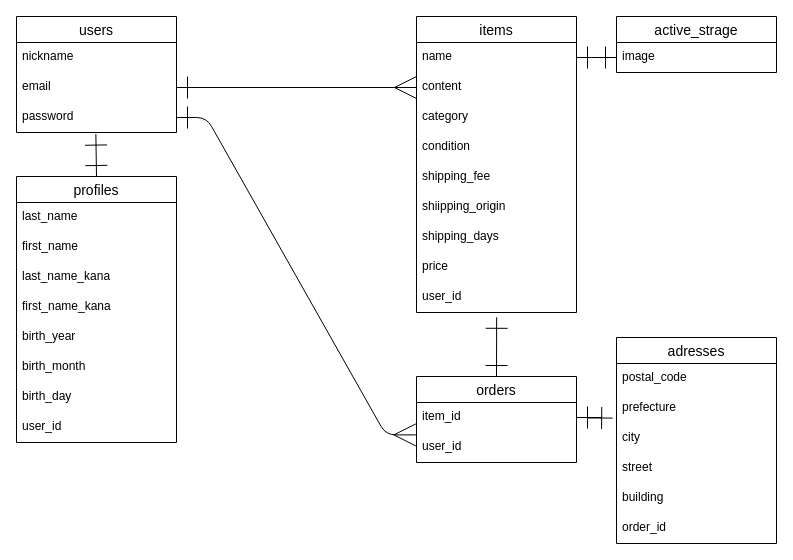
The draw.io diagram furima.dio in KEYproducts/furima-39283, before the edit. Source tidied: cells renumbered, new cells numbered last; positions are measured from the earlier drawing's top-left corner, leaving out a move shared by most shapes. Both pictures are drawn from the tidied source at 100%, with x=0, y=0 at pixel (16, 16).
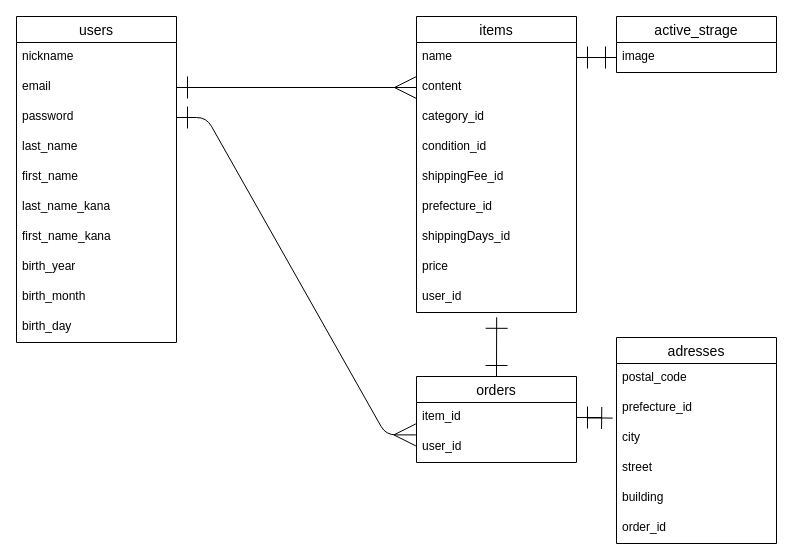
The same page after the edit.

Commit message (it also covers changes not shown here):
コードレビュー指摘箇所の修正

Unchanged cells that the change refers to:
```xml
<mxCell id="5" value="password" style="text;strokeColor=none;fillColor=none;spacingLeft=4;spacingRight=4;overflow=hidden;points=[[0,0.5],[1,0.5]];portConstraint=eastwest;fontSize=12;" parent="2" vertex="1">
  <mxGeometry y="86" width="160" height="30" as="geometry" />
</mxCell>
<mxCell id="18" value="items" style="swimlane;fontStyle=0;horizontal=1;startSize=26;align=center;fontSize=14;" parent="1" vertex="1">
  <mxGeometry x="400" width="160" height="296" as="geometry" />
</mxCell>
<mxCell id="32" value="adresses" style="swimlane;fontStyle=0;horizontal=1;startSize=26;align=center;fontSize=14;" parent="1" vertex="1">
  <mxGeometry x="600" y="321" width="160" height="206" as="geometry" />
</mxCell>
```

Change to the diagram source:
```diff
@@
     <mxCell id="2" value="users" style="swimlane;fontStyle=0;horizontal=1;startSize=26;align=center;fontSize=14;" parent="1" vertex="1">
-      <mxGeometry width="160" height="116" as="geometry" />
+      <mxGeometry width="160" height="326" as="geometry" />
     </mxCell>
@@
-    <mxCell id="6" style="edgeStyle=none;html=1;exitX=0.5;exitY=0;exitDx=0;exitDy=0;entryX=0.496;entryY=1.053;entryDx=0;entryDy=0;entryPerimeter=0;startArrow=ERone;startFill=0;endArrow=ERone;endFill=0;startSize=20;endSize=20;" parent="1" edge="1" source="7" target="5">
-      <mxGeometry relative="1" as="geometry" />
-    </mxCell>
-    <mxCell id="7" value="profiles" style="swimlane;fontStyle=0;horizontal=1;startSize=26;align=center;fontSize=14;" parent="1" vertex="1">
-      <mxGeometry y="160" width="160" height="266" as="geometry" />
-    </mxCell>
-    <mxCell id="8" value="last_name" style="text;strokeColor=none;fillColor=none;spacingLeft=4;spacingRight=4;overflow=hidden;fontSize=12;" parent="7" vertex="1">
-      <mxGeometry y="26" width="160" height="30" as="geometry" />
+    <mxCell id="8" value="last_name" style="text;strokeColor=none;fillColor=none;spacingLeft=4;spacingRight=4;overflow=hidden;fontSize=12;" parent="2" vertex="1">
+      <mxGeometry y="116" width="160" height="30" as="geometry" />
     </mxCell>
-    <mxCell id="9" value="first_name" style="text;strokeColor=none;fillColor=none;spacingLeft=4;spacingRight=4;overflow=hidden;fontSize=12;" parent="7" vertex="1">
-      <mxGeometry y="56" width="160" height="30" as="geometry" />
+    <mxCell id="9" value="first_name" style="text;strokeColor=none;fillColor=none;spacingLeft=4;spacingRight=4;overflow=hidden;fontSize=12;" parent="2" vertex="1">
+      <mxGeometry y="146" width="160" height="30" as="geometry" />
     </mxCell>
-    <mxCell id="10" value="last_name_kana" style="text;strokeColor=none;fillColor=none;spacingLeft=4;spacingRight=4;overflow=hidden;fontSize=12;" parent="7" vertex="1">
-      <mxGeometry y="86" width="160" height="30" as="geometry" />
+    <mxCell id="10" value="last_name_kana" style="text;strokeColor=none;fillColor=none;spacingLeft=4;spacingRight=4;overflow=hidden;fontSize=12;" parent="2" vertex="1">
+      <mxGeometry y="176" width="160" height="30" as="geometry" />
     </mxCell>
-    <mxCell id="11" value="first_name_kana" style="text;strokeColor=none;fillColor=none;spacingLeft=4;spacingRight=4;overflow=hidden;fontSize=12;" parent="7" vertex="1">
-      <mxGeometry y="116" width="160" height="30" as="geometry" />
+    <mxCell id="11" value="first_name_kana" style="text;strokeColor=none;fillColor=none;spacingLeft=4;spacingRight=4;overflow=hidden;fontSize=12;" parent="2" vertex="1">
+      <mxGeometry y="206" width="160" height="30" as="geometry" />
     </mxCell>
-    <mxCell id="12" value="birth_year" style="text;strokeColor=none;fillColor=none;spacingLeft=4;spacingRight=4;overflow=hidden;fontSize=12;" parent="7" vertex="1">
-      <mxGeometry y="146" width="160" height="30" as="geometry" />
+    <mxCell id="12" value="birth_year" style="text;strokeColor=none;fillColor=none;spacingLeft=4;spacingRight=4;overflow=hidden;fontSize=12;" parent="2" vertex="1">
+      <mxGeometry y="236" width="160" height="30" as="geometry" />
     </mxCell>
-    <mxCell id="13" value="birth_month" style="text;strokeColor=none;fillColor=none;spacingLeft=4;spacingRight=4;overflow=hidden;fontSize=12;" parent="7" vertex="1">
-      <mxGeometry y="176" width="160" height="30" as="geometry" />
+    <mxCell id="13" value="birth_month" style="text;strokeColor=none;fillColor=none;spacingLeft=4;spacingRight=4;overflow=hidden;fontSize=12;" parent="2" vertex="1">
+      <mxGeometry y="266" width="160" height="30" as="geometry" />
     </mxCell>
-    <mxCell id="14" value="birth_day" style="text;strokeColor=none;fillColor=none;spacingLeft=4;spacingRight=4;overflow=hidden;fontSize=12;" parent="7" vertex="1">
-      <mxGeometry y="206" width="160" height="30" as="geometry" />
+    <mxCell id="14" value="birth_day" style="text;strokeColor=none;fillColor=none;spacingLeft=4;spacingRight=4;overflow=hidden;fontSize=12;" parent="2" vertex="1">
+      <mxGeometry y="296" width="160" height="30" as="geometry" />
     </mxCell>
-    <mxCell id="15" value="user_id" style="text;strokeColor=none;fillColor=none;spacingLeft=4;spacingRight=4;overflow=hidden;fontSize=12;" parent="7" vertex="1">
-      <mxGeometry y="236" width="160" height="30" as="geometry" />
-    </mxCell>
@@
-    <mxCell id="21" value="category" style="text;strokeColor=none;fillColor=none;spacingLeft=4;spacingRight=4;overflow=hidden;fontSize=12;" parent="18" vertex="1">
+    <mxCell id="21" value="category_id" style="text;strokeColor=none;fillColor=none;spacingLeft=4;spacingRight=4;overflow=hidden;fontSize=12;" parent="18" vertex="1">
       <mxGeometry y="86" width="160" height="30" as="geometry" />
     </mxCell>
-    <mxCell id="22" value="condition" style="text;strokeColor=none;fillColor=none;spacingLeft=4;spacingRight=4;overflow=hidden;fontSize=12;" parent="18" vertex="1">
+    <mxCell id="22" value="condition_id" style="text;strokeColor=none;fillColor=none;spacingLeft=4;spacingRight=4;overflow=hidden;fontSize=12;" parent="18" vertex="1">
       <mxGeometry y="116" width="160" height="30" as="geometry" />
     </mxCell>
-    <mxCell id="23" value="shipping_fee" style="text;strokeColor=none;fillColor=none;spacingLeft=4;spacingRight=4;overflow=hidden;fontSize=12;" parent="18" vertex="1">
+    <mxCell id="23" value="shippingFee_id" style="text;strokeColor=none;fillColor=none;spacingLeft=4;spacingRight=4;overflow=hidden;fontSize=12;" parent="18" vertex="1">
       <mxGeometry y="146" width="160" height="30" as="geometry" />
     </mxCell>
-    <mxCell id="24" value="shiipping_origin" style="text;strokeColor=none;fillColor=none;spacingLeft=4;spacingRight=4;overflow=hidden;fontSize=12;" parent="18" vertex="1">
+    <mxCell id="24" value="prefecture_id" style="text;strokeColor=none;fillColor=none;spacingLeft=4;spacingRight=4;overflow=hidden;fontSize=12;" parent="18" vertex="1">
       <mxGeometry y="176" width="160" height="30" as="geometry" />
     </mxCell>
-    <mxCell id="25" value="shipping_days" style="text;strokeColor=none;fillColor=none;spacingLeft=4;spacingRight=4;overflow=hidden;fontSize=12;" parent="18" vertex="1">
+    <mxCell id="25" value="shippingDays_id" style="text;strokeColor=none;fillColor=none;spacingLeft=4;spacingRight=4;overflow=hidden;fontSize=12;" parent="18" vertex="1">
       <mxGeometry y="206" width="160" height="30" as="geometry" />
     </mxCell>
@@
-    <mxCell id="34" value="prefecture" style="text;strokeColor=none;fillColor=none;spacingLeft=4;spacingRight=4;overflow=hidden;points=[[0,0.5],[1,0.5]];portConstraint=eastwest;fontSize=12;" parent="32" vertex="1">
+    <mxCell id="34" value="prefecture_id" style="text;strokeColor=none;fillColor=none;spacingLeft=4;spacingRight=4;overflow=hidden;points=[[0,0.5],[1,0.5]];portConstraint=eastwest;fontSize=12;" parent="32" vertex="1">
       <mxGeometry y="56" width="160" height="30" as="geometry" />
     </mxCell>
```
